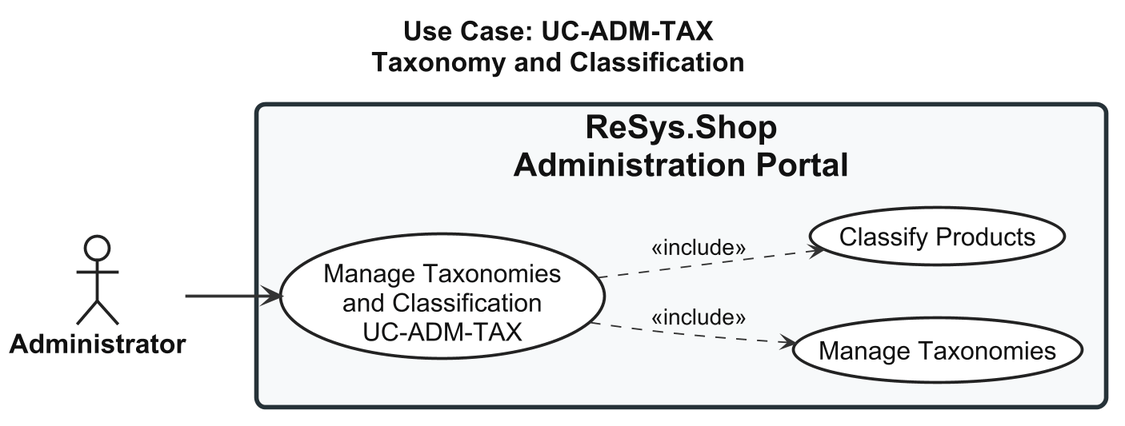
Before: thesis/figures/chapters/part2/ch2-design/02-use-cases/diagrams/P2S2.2.2_usecase-taxonomy-classification.png, a diagram exported from PlantUML (qingfa-dev/ReSys.Shop).
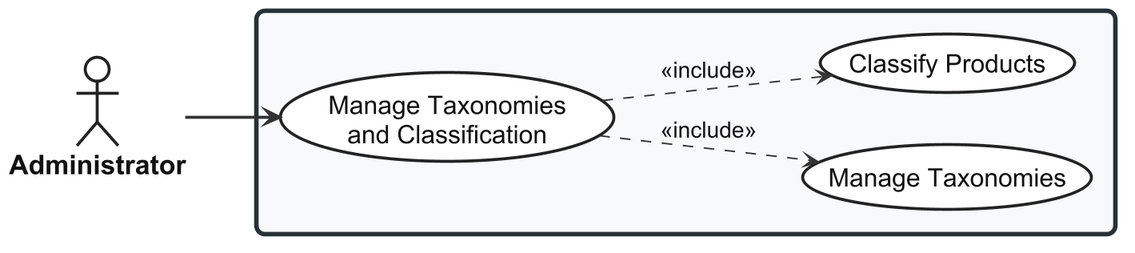
After the commit.

Change to the diagram source:
```diff
@@ -56,13 +56,13 @@
 
 </style>
 
-title Use Case: UC-ADM-TAX\nTaxonomy and Classification
 
 actor "Administrator" as Admin
 
-rectangle "ReSys.Shop\nAdministration Portal" {
+rectangle {
 
-  usecase "Manage Taxonomies\nand Classification\nUC-ADM-TAX" as UC_MAIN
+
+  usecase "Manage Taxonomies\nand Classification" as UC_MAIN
 
   usecase "Manage Taxonomies" as UC_SUB_1
 
```
